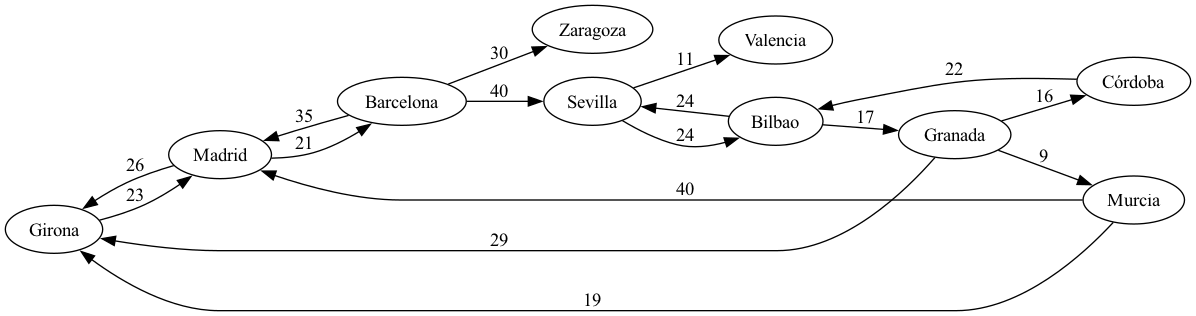
This is grafo.png from Edwinhndz/201807124_EDD_Proyecto, a Graphviz export, as it was before one commit. Its source is kept beside it as grafo.dot.
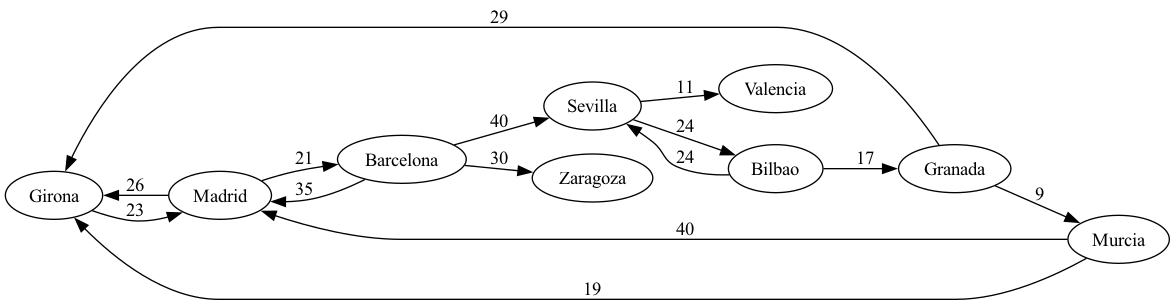
The same file after the commit.

What changed in the source:
```diff
@@ -13,8 +13,6 @@
 Bilbao -> Granada [label="17"];
 Granada -> Girona [label="29"];
 Granada -> Murcia [label="9"];
-Granada -> Córdoba [label="16"];
 Murcia -> Girona [label="19"];
 Murcia -> Madrid [label="40"];
-Córdoba -> Bilbao [label="22"];
 }
```
